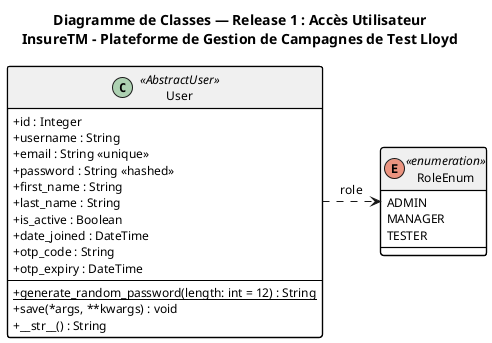
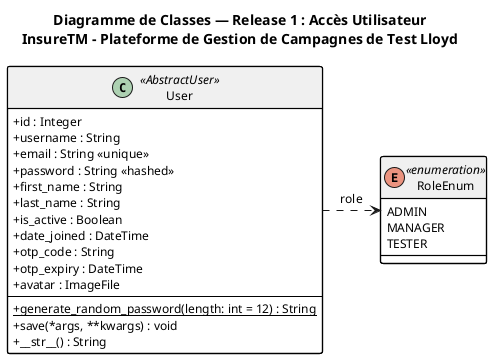
@startuml

title Diagramme de Classes — Release 1 : Accès Utilisateur\nInsureTM - Plateforme de Gestion de Campagnes de Test Lloyd

skinparam Shadowing false
skinparam classAttributeIconSize 0
skinparam DefaultFontName Helvetica
skinparam DefaultFontSize 12

skinparam class {
    BackgroundColor       #FFFFFF
    BorderColor           #000000
    BorderThickness       1.2
    HeaderBackgroundColor #F0F0F0
    FontColor             #000000
    AttributeFontColor    #000000
    StereotypeFontColor   #000000
}

skinparam enum {
    BackgroundColor       #FFFFFF
    BorderColor           #000000
    HeaderBackgroundColor #F0F0F0
}

'══════════════════════════════════════════
' ÉNUMÉRATION DES RÔLES
'══════════════════════════════════════════
enum RoleEnum <<enumeration>> {
    ADMIN
    MANAGER
    TESTER
}

'══════════════════════════════════════════
' MODÈLE UTILISATEUR
'══════════════════════════════════════════
class User <<AbstractUser>> {
    + id : Integer
    + username : String
    + email : String <<unique>>
    + password : String <<hashed>>
    + first_name : String
    + last_name : String
    + is_active : Boolean
    + date_joined : DateTime
    + otp_code : String
    + otp_expiry : DateTime
+     + avatar : ImageFile
    --
    + {static} generate_random_password(length: int = 12) : String
    + save(*args, **kwargs) : void
    + __str__() : String
}

'══════════════════════════════════════════
' RELATION
'══════════════════════════════════════════
User .right.> RoleEnum : role

@enduml
